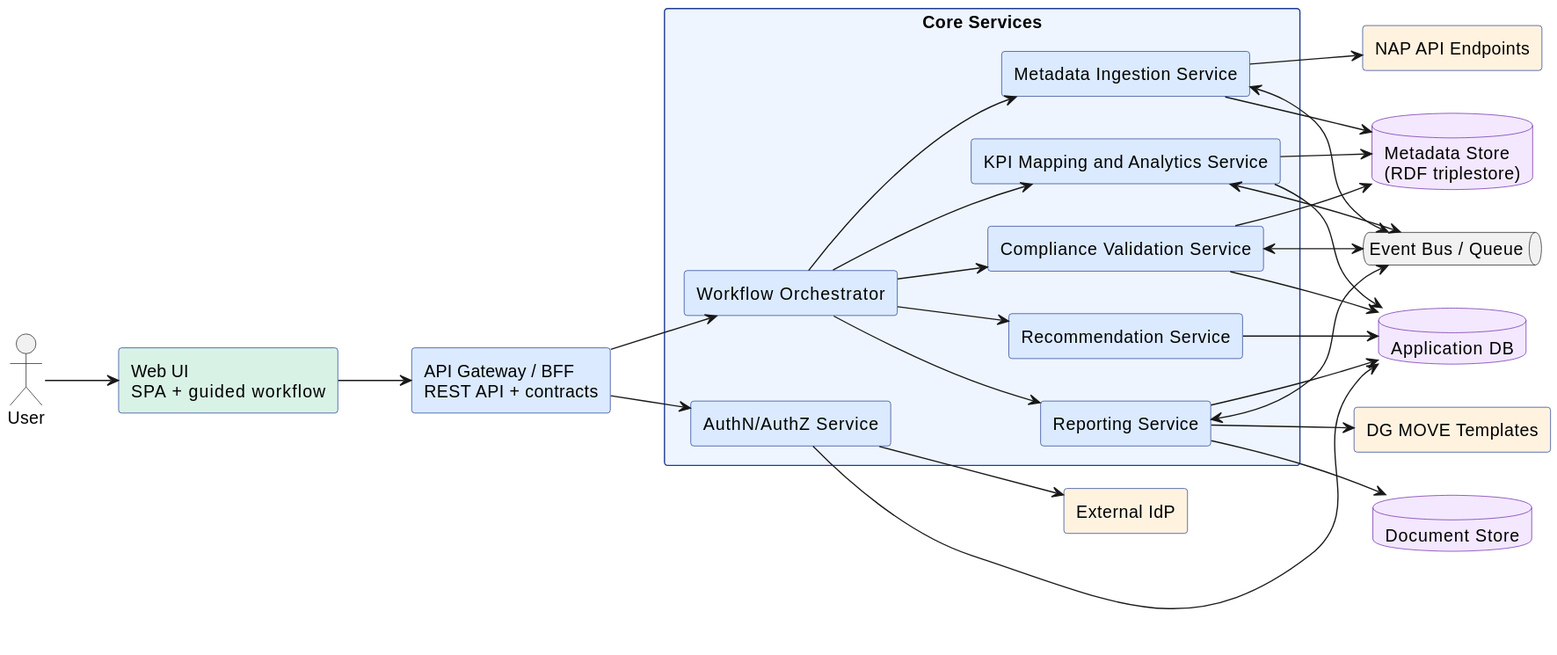
Before: docs/architecture/svg/container.svg, a diagram exported from PlantUML (UM-KGPI/Napcore-ITS-Reporting). Source of this version:
```plantuml
@startuml
skinparam shadowing false
skinparam componentStyle rectangle
skinparam packageStyle rectangle
left to right direction

skinparam rectangle {
  BackgroundColor #eef5ff
  BorderColor #1f3a93
}
skinparam database {
  BackgroundColor #f3e8ff
  BorderColor #6b21a8
}

actor "User" as USER

rectangle "Web UI\nSPA + guided workflow" as UI #d9f2e6
rectangle "API Gateway / BFF\nREST API + contracts" as BFF #dbeafe

package "Core Services" {
  rectangle "Metadata Ingestion Service" as ING #dbeafe
  rectangle "Compliance Validation Service" as VAL #dbeafe
  rectangle "KPI Mapping and Analytics Service" as KPI #dbeafe
  rectangle "Reporting Service" as REP #dbeafe
  rectangle "Recommendation Service" as REC #dbeafe
  rectangle "Workflow Orchestrator" as WF #dbeafe
  rectangle "AuthN/AuthZ Service" as IAM #dbeafe
}

database "Metadata Store\n(RDF triplestore)" as META
database "Application DB" as APPDB
database "Document Store" as DOCS
queue "Event Bus / Queue" as MQ

rectangle "NAP API Endpoints" as NAP #fff3e0
rectangle "DG MOVE Templates" as DGT #fff3e0
rectangle "External IdP" as IDP #fff3e0

USER --> UI
UI --> BFF
BFF --> IAM
BFF --> WF

WF --> ING
WF --> VAL
WF --> KPI
WF --> REP
WF --> REC

ING --> NAP
ING --> META
VAL --> META
VAL --> APPDB
KPI --> META
KPI --> APPDB
REP --> DGT
REP --> DOCS
REP --> APPDB
REC --> APPDB

ING <--> MQ
VAL <--> MQ
KPI <--> MQ
REP <--> MQ

IAM --> IDP
IAM --> APPDB
@enduml
```
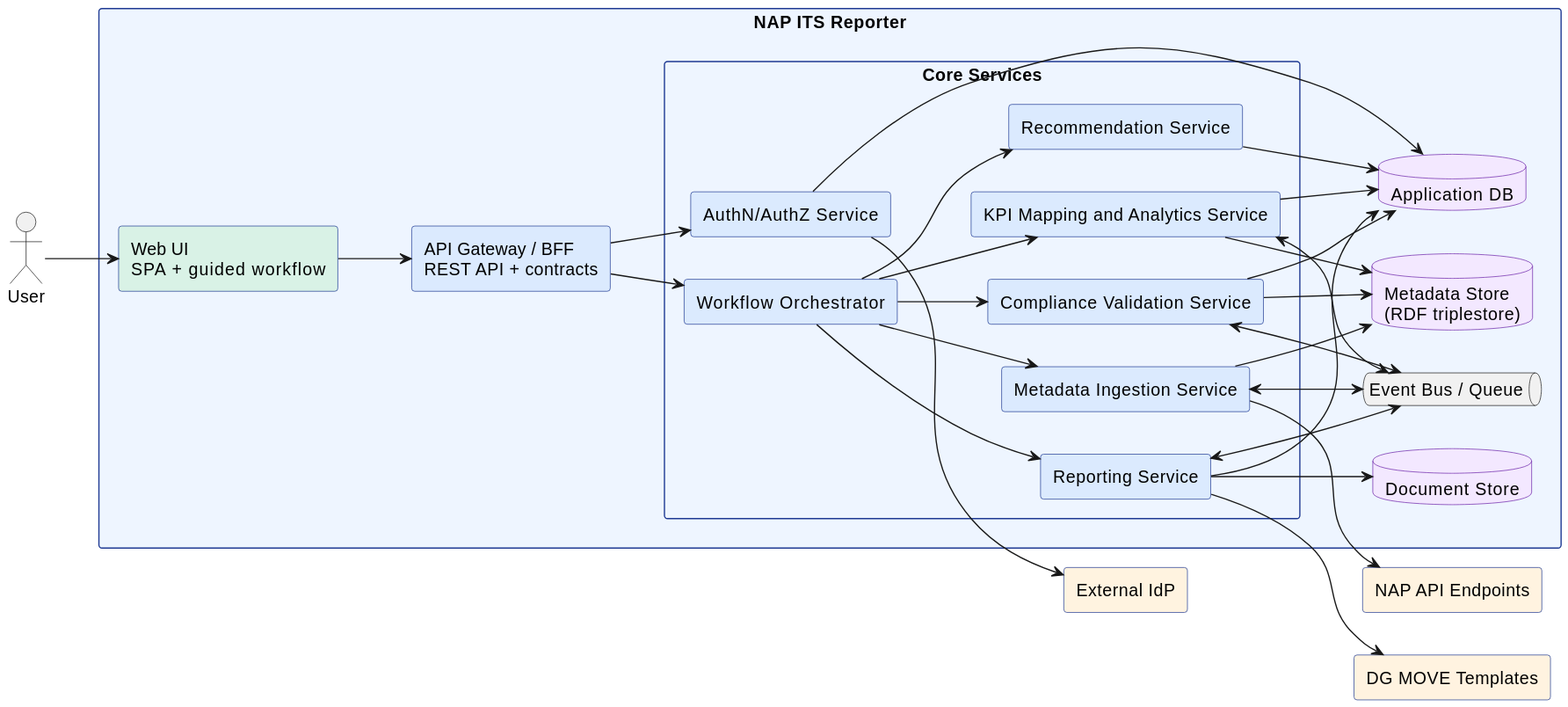
After the change.

Commit message:
Rename app to NAP ITS Reporter and switch diagram labels to English

What changed in the source:
```diff
@@ -15,23 +15,25 @@
 
 actor "User" as USER
 
-rectangle "Web UI\nSPA + guided workflow" as UI #d9f2e6
-rectangle "API Gateway / BFF\nREST API + contracts" as BFF #dbeafe
+package "NAP ITS Reporter" {
+  rectangle "Web UI\nSPA + guided workflow" as UI #d9f2e6
+  rectangle "API Gateway / BFF\nREST API + contracts" as BFF #dbeafe
 
-package "Core Services" {
-  rectangle "Metadata Ingestion Service" as ING #dbeafe
-  rectangle "Compliance Validation Service" as VAL #dbeafe
-  rectangle "KPI Mapping and Analytics Service" as KPI #dbeafe
-  rectangle "Reporting Service" as REP #dbeafe
-  rectangle "Recommendation Service" as REC #dbeafe
-  rectangle "Workflow Orchestrator" as WF #dbeafe
-  rectangle "AuthN/AuthZ Service" as IAM #dbeafe
+  package "Core Services" {
+    rectangle "Metadata Ingestion Service" as ING #dbeafe
+    rectangle "Compliance Validation Service" as VAL #dbeafe
+    rectangle "KPI Mapping and Analytics Service" as KPI #dbeafe
+    rectangle "Reporting Service" as REP #dbeafe
+    rectangle "Recommendation Service" as REC #dbeafe
+    rectangle "Workflow Orchestrator" as WF #dbeafe
+    rectangle "AuthN/AuthZ Service" as IAM #dbeafe
+  }
+
+  database "Metadata Store\n(RDF triplestore)" as META
+  database "Application DB" as APPDB
+  database "Document Store" as DOCS
+  queue "Event Bus / Queue" as MQ
 }
-
-database "Metadata Store\n(RDF triplestore)" as META
-database "Application DB" as APPDB
-database "Document Store" as DOCS
-queue "Event Bus / Queue" as MQ
 
 rectangle "NAP API Endpoints" as NAP #fff3e0
 rectangle "DG MOVE Templates" as DGT #fff3e0
```
